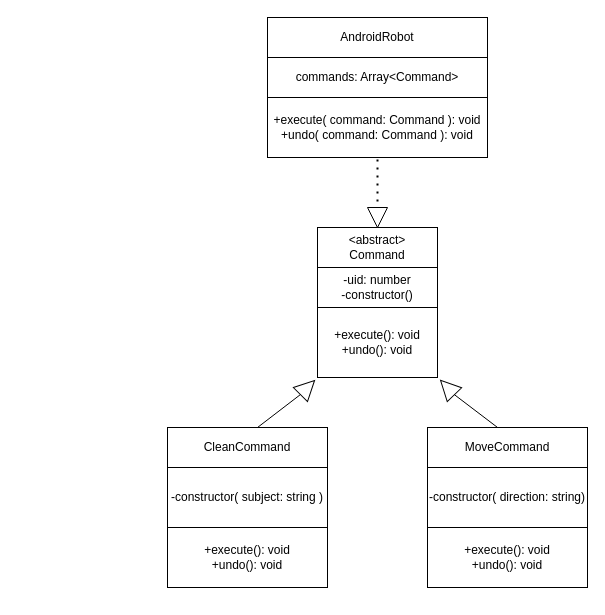
The draw.io diagram 3_behaviour/command/command.drawio in plnnsimon/patterns, before the edit. Source tidied: cells renumbered, new cells numbered last; positions are measured from the earlier drawing's top-left corner, leaving out a move shared by most shapes. Both pictures are drawn from the tidied source at 100%, with x=0, y=0 at pixel (167, 17).
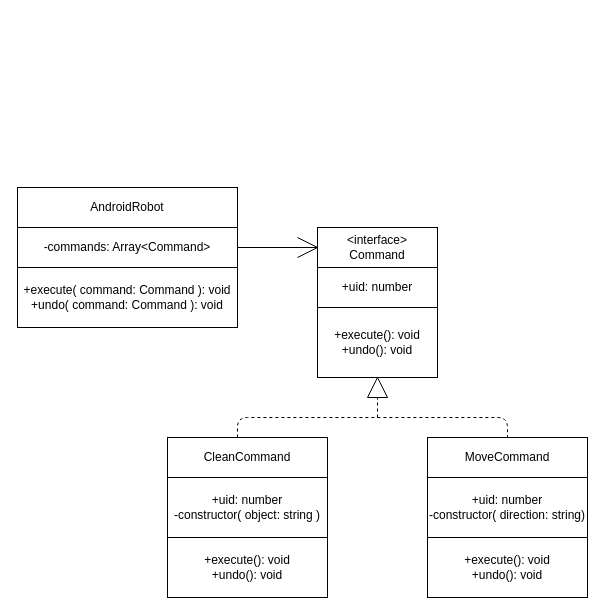
After the change.

What changed in the source:
```diff
@@
     <mxCell id="2" value="AndroidRobot" style="rounded=0;whiteSpace=wrap;html=1;" parent="1" vertex="1">
-      <mxGeometry x="100" width="220" height="40" as="geometry" />
+      <mxGeometry x="-150" y="170" width="220" height="40" as="geometry" />
     </mxCell>
-    <mxCell id="3" value="commands: Array&amp;lt;Command&amp;gt;" style="rounded=0;whiteSpace=wrap;html=1;" parent="1" vertex="1">
-      <mxGeometry x="100" y="40" width="220" height="40" as="geometry" />
+    <mxCell id="3" value="-commands: Array&amp;lt;Command&amp;gt;" style="rounded=0;whiteSpace=wrap;html=1;" parent="1" vertex="1">
+      <mxGeometry x="-150" y="210" width="220" height="40" as="geometry" />
     </mxCell>
     <mxCell id="4" value="+execute( command: Command ): void&lt;br&gt;+undo( command: Command ): void" style="rounded=0;whiteSpace=wrap;html=1;" parent="1" vertex="1">
-      <mxGeometry x="100" y="80" width="220" height="60" as="geometry" />
+      <mxGeometry x="-150" y="250" width="220" height="60" as="geometry" />
     </mxCell>
-    <mxCell id="5" value="&amp;lt;abstract&amp;gt;&lt;br&gt;Command" style="rounded=0;whiteSpace=wrap;html=1;" parent="1" vertex="1">
+    <mxCell id="5" value="&amp;lt;interface&amp;gt;&lt;br&gt;Command" style="rounded=0;whiteSpace=wrap;html=1;" parent="1" vertex="1">
       <mxGeometry x="150" y="210" width="120" height="40" as="geometry" />
     </mxCell>
-    <mxCell id="6" value="-uid: number&lt;br&gt;-constructor()" style="rounded=0;whiteSpace=wrap;html=1;" parent="1" vertex="1">
+    <mxCell id="6" value="+uid: number" style="rounded=0;whiteSpace=wrap;html=1;" parent="1" vertex="1">
       <mxGeometry x="150" y="250" width="120" height="40" as="geometry" />
     </mxCell>
@@
-    <mxCell id="8" style="endArrow=none;dashed=1;html=1;dashPattern=1 3;strokeWidth=2;entryX=0.5;entryY=1;entryDx=0;entryDy=0;" parent="1" edge="1" target="4">
-      <mxGeometry relative="1" as="geometry">
-        <mxPoint x="210" y="200" as="sourcePoint" />
-      </mxGeometry>
-    </mxCell>
     <mxCell id="9" value="CleanCommand" style="rounded=0;whiteSpace=wrap;html=1;" parent="1" vertex="1">
-      <mxGeometry y="410" width="160" height="40" as="geometry" />
+      <mxGeometry y="420" width="160" height="40" as="geometry" />
     </mxCell>
-    <mxCell id="10" value="-constructor( subject: string )" style="rounded=0;whiteSpace=wrap;html=1;" parent="1" vertex="1">
-      <mxGeometry y="450" width="160" height="60" as="geometry" />
+    <mxCell id="10" value="+uid: number&lt;br&gt;-constructor( object: string )" style="rounded=0;whiteSpace=wrap;html=1;" parent="1" vertex="1">
+      <mxGeometry y="460" width="160" height="60" as="geometry" />
     </mxCell>
     <mxCell id="11" value="+execute(): void&lt;br&gt;+undo(): void" style="rounded=0;whiteSpace=wrap;html=1;" parent="1" vertex="1">
-      <mxGeometry y="510" width="160" height="60" as="geometry" />
+      <mxGeometry y="520" width="160" height="60" as="geometry" />
     </mxCell>
     <mxCell id="12" value="MoveCommand" style="rounded=0;whiteSpace=wrap;html=1;" parent="1" vertex="1">
-      <mxGeometry x="260" y="410" width="160" height="40" as="geometry" />
+      <mxGeometry x="260" y="420" width="160" height="40" as="geometry" />
     </mxCell>
-    <mxCell id="13" style="triangle;whiteSpace=wrap;html=1;rotation=90;" parent="1" vertex="1">
-      <mxGeometry x="200" y="190" width="20" height="20" as="geometry" />
-    </mxCell>
     <mxCell id="14" value="+execute(): void&lt;br&gt;+undo(): void" style="rounded=0;whiteSpace=wrap;html=1;" parent="1" vertex="1">
-      <mxGeometry x="260" y="510" width="160" height="60" as="geometry" />
+      <mxGeometry x="260" y="520" width="160" height="60" as="geometry" />
     </mxCell>
-    <mxCell id="15" value="-constructor( direction: string)" style="rounded=0;whiteSpace=wrap;html=1;" parent="1" vertex="1">
-      <mxGeometry x="260" y="450" width="160" height="60" as="geometry" />
+    <mxCell id="15" value="+uid: number&lt;br&gt;-constructor( direction: string)" style="rounded=0;whiteSpace=wrap;html=1;" parent="1" vertex="1">
+      <mxGeometry x="260" y="460" width="160" height="60" as="geometry" />
     </mxCell>
-    <mxCell id="16" style="triangle;whiteSpace=wrap;html=1;rotation=-45;" parent="1" vertex="1">
-      <mxGeometry x="130" y="360" width="20" height="20" as="geometry" />
-    </mxCell>
-    <mxCell id="17" style="triangle;whiteSpace=wrap;html=1;rotation=-134;" parent="1" vertex="1">
-      <mxGeometry x="270" y="360" width="20" height="20" as="geometry" />
+    <mxCell id="17" style="triangle;whiteSpace=wrap;html=1;rotation=-90;" parent="1" vertex="1">
+      <mxGeometry x="200" y="360" width="20" height="20" as="geometry" />
     </mxCell>
-    <mxCell id="18" style="endArrow=none;html=1;entryX=0;entryY=0.5;entryDx=0;entryDy=0;" parent="1" edge="1" target="16">
-      <mxGeometry relative="1" as="geometry">
-        <mxPoint x="90" y="410" as="sourcePoint" />
-      </mxGeometry>
-    </mxCell>
-    <mxCell id="19" style="endArrow=none;html=1;entryX=0;entryY=0.5;entryDx=0;entryDy=0;exitX=0.438;exitY=0;exitDx=0;exitDy=0;exitPerimeter=0;" parent="1" edge="1" source="12" target="17">
-      <mxGeometry relative="1" as="geometry" />
-    </mxCell>
+    <mxCell id="20" style="endArrow=none;html=1;entryX=0;entryY=0.5;entryDx=0;entryDy=0;" parent="1" edge="1" target="5">
+      <mxGeometry relative="1" as="geometry">
+        <mxPoint x="70" y="230" as="sourcePoint" />
+      </mxGeometry>
+    </mxCell>
+    <mxCell id="21" style="endArrow=none;html=1;" parent="1" edge="1">
+      <mxGeometry relative="1" as="geometry">
+        <mxPoint x="130" y="240" as="sourcePoint" />
+        <mxPoint x="150" y="230" as="targetPoint" />
+      </mxGeometry>
+    </mxCell>
+    <mxCell id="22" style="endArrow=none;html=1;entryX=0;entryY=0.5;entryDx=0;entryDy=0;" parent="1" edge="1" target="5">
+      <mxGeometry relative="1" as="geometry">
+        <mxPoint x="130" y="220" as="sourcePoint" />
+      </mxGeometry>
+    </mxCell>
+    <mxCell id="23" style="endArrow=none;dashed=1;html=1;entryX=0.5;entryY=0;entryDx=0;entryDy=0;" parent="1" edge="1" target="12">
+      <mxGeometry relative="1" as="geometry">
+        <mxPoint x="70" y="420" as="sourcePoint" />
+        <Array as="points">
+          <mxPoint x="70" y="400" />
+          <mxPoint x="340" y="400" />
+        </Array>
+      </mxGeometry>
+    </mxCell>
+    <mxCell id="24" style="endArrow=none;dashed=1;html=1;entryX=0;entryY=0.5;entryDx=0;entryDy=0;" parent="1" edge="1" target="17">
+      <mxGeometry relative="1" as="geometry">
+        <mxPoint x="210" y="400" as="sourcePoint" />
+      </mxGeometry>
+    </mxCell>
```
